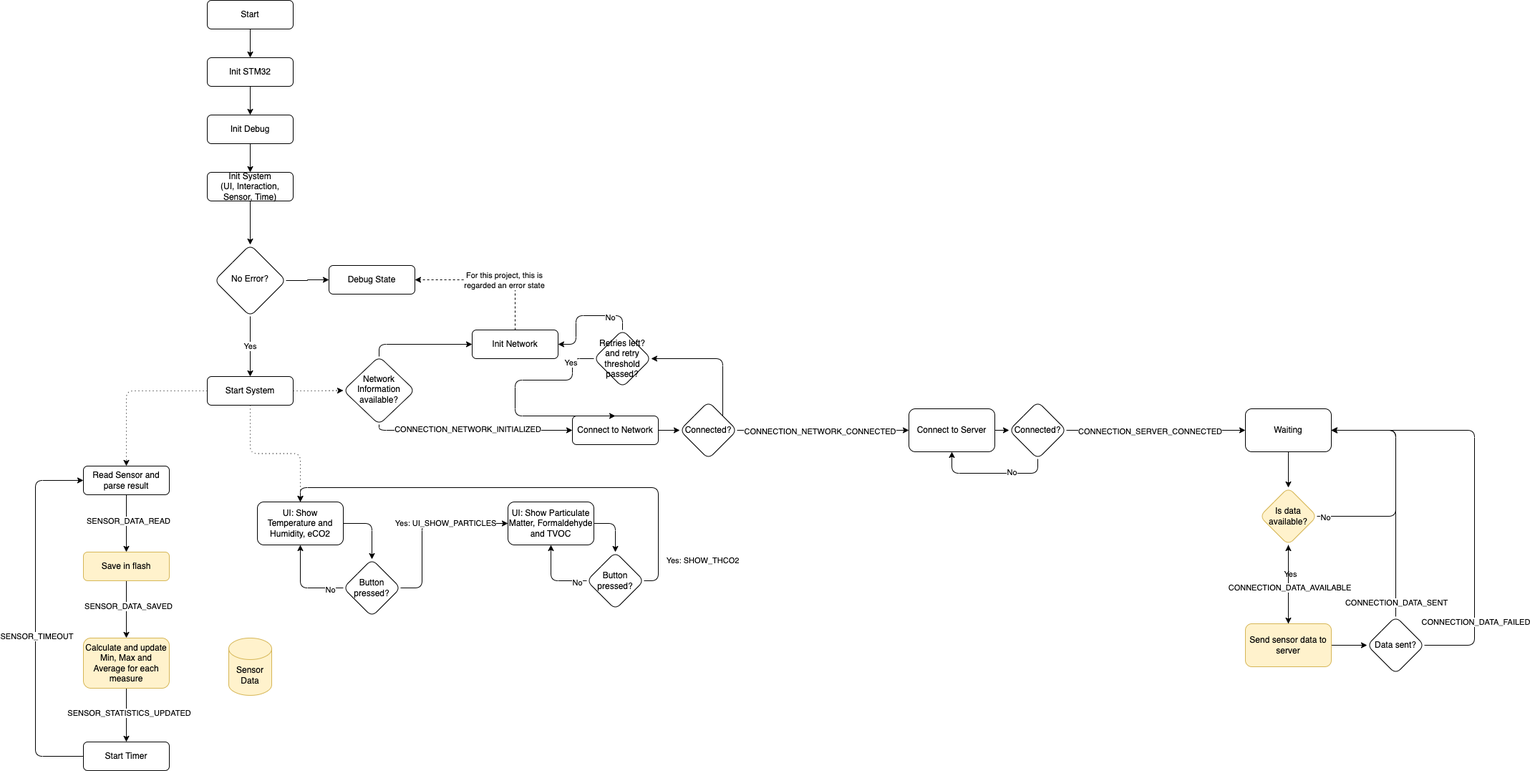
Above: week-4-flowchart.drawio.png in martenbiehl/making-embedded-systems-exercises (draw.io), before the change. Source tidied: cells renumbered, new cells last; positions are measured from the earlier drawing's top-left corner, leaving out a move shared by most shapes.
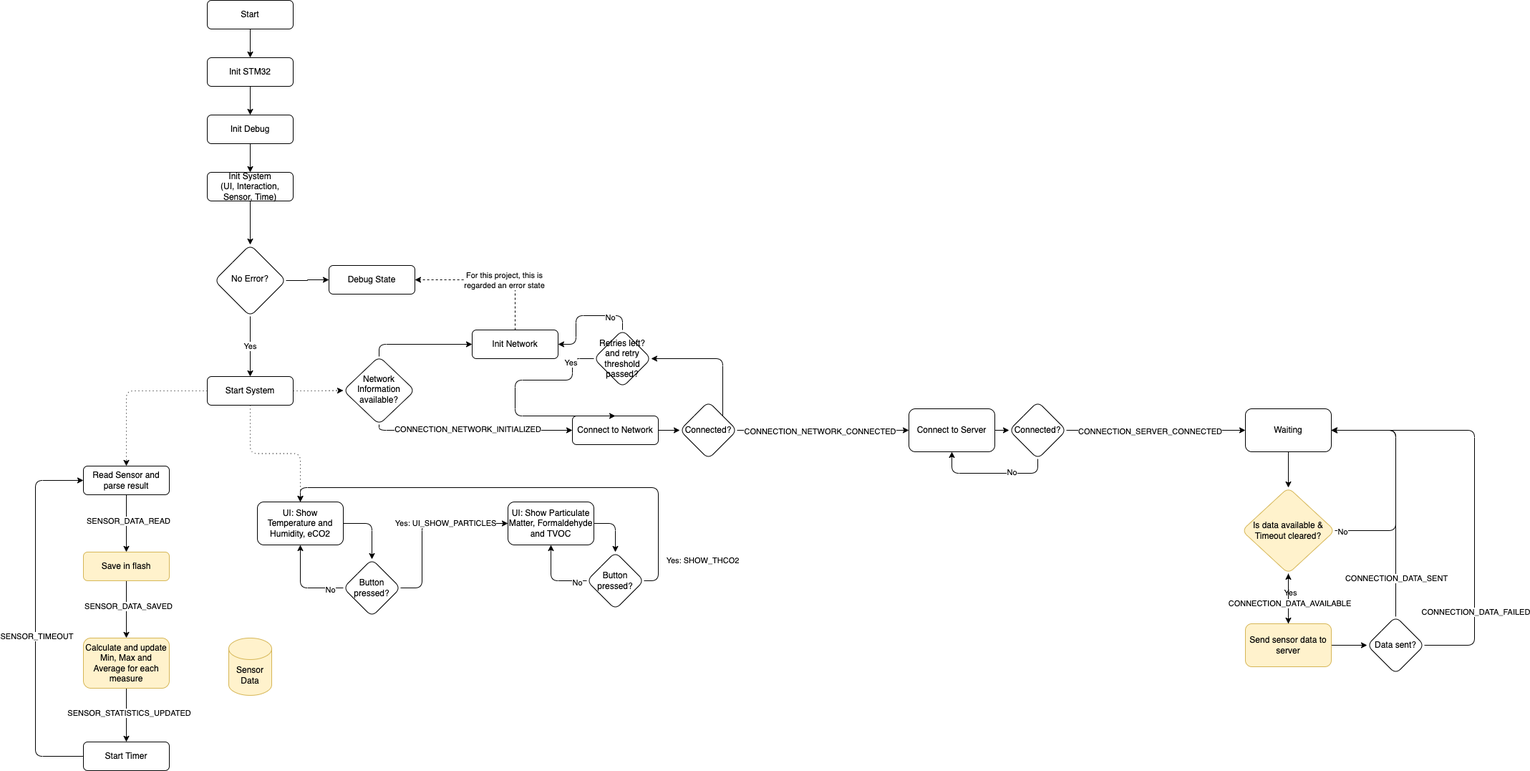
After the commit.

Diff of the diagram source:
```diff
@@ -163,7 +163,7 @@
     <mxCell id="47" style="edgeStyle=orthogonalEdgeStyle;rounded=1;jettySize=auto;html=1;entryX=1;entryY=0.5;entryDx=0;entryDy=0;" parent="1" edge="1" source="49" target="44">
       <mxGeometry relative="1" as="geometry">
         <Array as="points">
-          <mxPoint x="1900" y="720" />
+          <mxPoint x="1900" y="740" />
           <mxPoint x="1900" y="600" />
         </Array>
       </mxGeometry>
@@ -171,8 +171,8 @@
     <mxCell id="48" value="No" style="edgeLabel;html=1;align=center;verticalAlign=middle;" parent="47" vertex="1">
       <mxGeometry x="-0.93" y="-1" relative="1" as="geometry" />
     </mxCell>
-    <mxCell id="49" value="Is data available?" style="rhombus;whiteSpace=wrap;html=1;rounded=1;glass=0;strokeWidth=1;shadow=0;fillColor=#fff2cc;strokeColor=#d6b656;" parent="1" vertex="1">
-      <mxGeometry x="1710" y="680" width="80" height="80" as="geometry" />
+    <mxCell id="49" value="Is data available &amp;amp; Timeout cleared?" style="rhombus;whiteSpace=wrap;html=1;rounded=1;glass=0;strokeWidth=1;shadow=0;fillColor=#fff2cc;strokeColor=#d6b656;" parent="1" vertex="1">
+      <mxGeometry x="1685" y="680" width="130" height="120" as="geometry" />
     </mxCell>
     <mxCell id="50" style="edgeStyle=orthogonalEdgeStyle;rounded=1;jettySize=auto;html=1;entryX=0.5;entryY=0;entryDx=0;entryDy=0;exitX=0;exitY=0.5;exitDx=0;exitDy=0;" parent="1" edge="1" source="54" target="31">
       <mxGeometry relative="1" as="geometry">
@@ -328,7 +328,7 @@
     </mxCell>
     <mxCell id="84" value="CONNECTION_DATA_SENT" style="edgeLabel;html=1;align=center;verticalAlign=middle;" parent="83" vertex="1">
       <mxGeometry x="-0.75" relative="1" as="geometry">
-        <mxPoint y="24" as="offset" />
+        <mxPoint y="-10" as="offset" />
       </mxGeometry>
     </mxCell>
     <mxCell id="85" style="edgeStyle=orthogonalEdgeStyle;rounded=1;jettySize=auto;html=1;entryX=1;entryY=0.5;entryDx=0;entryDy=0;" parent="1" edge="1" source="87" target="44">
@@ -340,7 +340,9 @@
       </mxGeometry>
     </mxCell>
     <mxCell id="86" value="CONNECTION_DATA_FAILED" style="edgeLabel;html=1;align=center;verticalAlign=middle;" parent="85" vertex="1">
-      <mxGeometry x="-0.64" y="-1" relative="1" as="geometry" />
+      <mxGeometry x="-0.64" y="-1" relative="1" as="geometry">
+        <mxPoint y="-14" as="offset" />
+      </mxGeometry>
     </mxCell>
     <mxCell id="87" value="Data sent?" style="rhombus;whiteSpace=wrap;html=1;rounded=1;glass=0;strokeWidth=1;shadow=0;" parent="1" vertex="1">
       <mxGeometry x="1860" y="860" width="80" height="80" as="geometry" />
```
